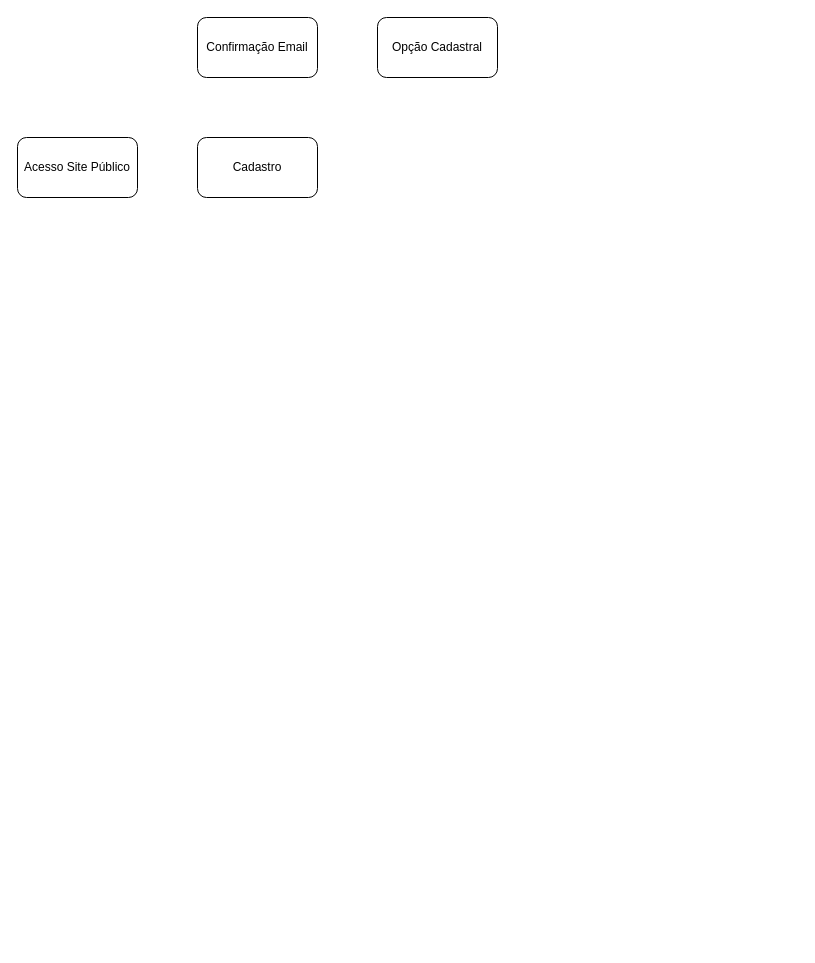
The draw.io diagram FluxoGramaSmarket.drawio in gabrielbuzzi112/smarket_mvc, before the edit. Source tidied: cells renumbered, new cells numbered last; positions are measured from the earlier drawing's top-left corner, leaving out a move shared by most shapes. Both pictures are drawn from the tidied source at 100%, with x=0, y=0 at pixel (17, 17).
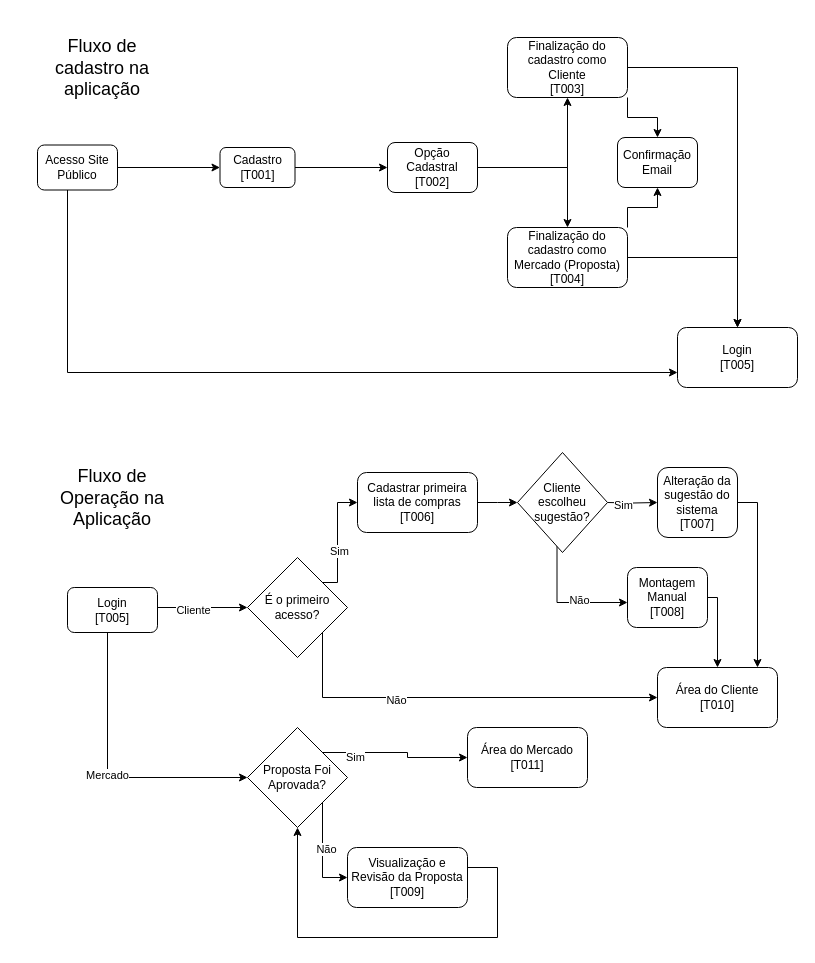
After the change.

The edit, as a diff of the source:
```diff
@@
+    <mxCell id="6" style="edgeStyle=orthogonalEdgeStyle;rounded=0;jettySize=auto;html=1;" parent="1" edge="1" source="2" target="3">
+      <mxGeometry relative="1" as="geometry" />
+    </mxCell>
+    <mxCell id="7" style="edgeStyle=orthogonalEdgeStyle;rounded=0;jettySize=auto;html=1;entryX=0;entryY=0.75;entryDx=0;entryDy=0;" parent="1" edge="1" source="2" target="17">
+      <mxGeometry relative="1" as="geometry">
+        <Array as="points">
+          <mxPoint x="50" y="355" />
+        </Array>
+      </mxGeometry>
+    </mxCell>
     <mxCell id="2" value="Acesso Site Público" style="rounded=1;whiteSpace=wrap;html=1;" parent="1" vertex="1">
-      <mxGeometry y="120" width="120" height="60" as="geometry" />
+      <mxGeometry x="20" y="127.5" width="80" height="45" as="geometry" />
     </mxCell>
+    <mxCell id="8" style="edgeStyle=orthogonalEdgeStyle;rounded=0;jettySize=auto;html=1;exitX=1;exitY=0.5;exitDx=0;exitDy=0;entryX=0;entryY=0.5;entryDx=0;entryDy=0;" parent="1" edge="1" source="3" target="5">
+      <mxGeometry relative="1" as="geometry" />
+    </mxCell>
-    <mxCell id="3" value="Cadastro" style="rounded=1;whiteSpace=wrap;html=1;" parent="1" vertex="1">
-      <mxGeometry x="180" y="120" width="120" height="60" as="geometry" />
+    <mxCell id="3" value="Cadastro&lt;br&gt;[T001]" style="rounded=1;whiteSpace=wrap;html=1;" parent="1" vertex="1">
+      <mxGeometry x="202.5" y="130" width="75" height="40" as="geometry" />
     </mxCell>
     <mxCell id="4" value="Confirmação Email" style="rounded=1;whiteSpace=wrap;html=1;" parent="1" vertex="1">
-      <mxGeometry x="180" width="120" height="60" as="geometry" />
+      <mxGeometry x="600" y="120" width="80" height="50" as="geometry" />
     </mxCell>
+    <mxCell id="9" style="edgeStyle=orthogonalEdgeStyle;rounded=0;jettySize=auto;html=1;exitX=1;exitY=0.5;exitDx=0;exitDy=0;entryX=0.5;entryY=1;entryDx=0;entryDy=0;" parent="1" edge="1" source="5" target="13">
+      <mxGeometry relative="1" as="geometry" />
+    </mxCell>
+    <mxCell id="10" style="edgeStyle=orthogonalEdgeStyle;rounded=0;jettySize=auto;html=1;entryX=0.5;entryY=0;entryDx=0;entryDy=0;" parent="1" edge="1" source="5" target="16">
+      <mxGeometry relative="1" as="geometry" />
+    </mxCell>
-    <mxCell id="5" value="Opção Cadastral" style="rounded=1;whiteSpace=wrap;html=1;" parent="1" vertex="1">
-      <mxGeometry x="360" width="120" height="60" as="geometry" />
+    <mxCell id="5" value="Opção Cadastral&lt;br&gt;[T002]" style="rounded=1;whiteSpace=wrap;html=1;" parent="1" vertex="1">
+      <mxGeometry x="370" y="125" width="90" height="50" as="geometry" />
     </mxCell>
+    <mxCell id="11" style="edgeStyle=orthogonalEdgeStyle;rounded=0;jettySize=auto;html=1;entryX=0.5;entryY=0;entryDx=0;entryDy=0;" parent="1" edge="1" source="13" target="17">
+      <mxGeometry relative="1" as="geometry" />
+    </mxCell>
+    <mxCell id="12" style="edgeStyle=orthogonalEdgeStyle;rounded=0;jettySize=auto;html=1;exitX=1;exitY=1;exitDx=0;exitDy=0;entryX=0.5;entryY=0;entryDx=0;entryDy=0;" parent="1" edge="1" source="13" target="4">
+      <mxGeometry relative="1" as="geometry" />
+    </mxCell>
+    <mxCell id="13" value="Finalização do cadastro como Cliente&lt;br&gt;[T003]" style="rounded=1;whiteSpace=wrap;html=1;" parent="1" vertex="1">
+      <mxGeometry x="490" y="20" width="120" height="60" as="geometry" />
+    </mxCell>
+    <mxCell id="14" style="edgeStyle=orthogonalEdgeStyle;rounded=0;jettySize=auto;html=1;" parent="1" edge="1" source="16" target="17">
+      <mxGeometry relative="1" as="geometry" />
+    </mxCell>
+    <mxCell id="15" style="edgeStyle=orthogonalEdgeStyle;rounded=0;jettySize=auto;html=1;exitX=1;exitY=0;exitDx=0;exitDy=0;entryX=0.5;entryY=1;entryDx=0;entryDy=0;" parent="1" edge="1" source="16" target="4">
+      <mxGeometry relative="1" as="geometry" />
+    </mxCell>
+    <mxCell id="16" value="Finalização do cadastro como Mercado (Proposta)&lt;br&gt;[T004]" style="rounded=1;whiteSpace=wrap;html=1;" parent="1" vertex="1">
+      <mxGeometry x="490" y="210" width="120" height="60" as="geometry" />
+    </mxCell>
+    <mxCell id="17" value="Login&lt;br&gt;[T005]" style="rounded=1;whiteSpace=wrap;html=1;" parent="1" vertex="1">
+      <mxGeometry x="660" y="310" width="120" height="60" as="geometry" />
+    </mxCell>
+    <mxCell id="18" style="edgeStyle=orthogonalEdgeStyle;rounded=0;jettySize=auto;html=1;entryX=0;entryY=0.5;entryDx=0;entryDy=0;" parent="1" edge="1" source="21" target="26">
+      <mxGeometry relative="1" as="geometry">
+        <Array as="points">
+          <mxPoint x="100" y="590" />
+        </Array>
+      </mxGeometry>
+    </mxCell>
+    <mxCell id="19" value="Cliente" style="edgeLabel;html=1;align=center;verticalAlign=middle;" parent="18" vertex="1">
+      <mxGeometry x="-0.23" y="-2" relative="1" as="geometry" />
+    </mxCell>
+    <mxCell id="20" value="Mercado" style="edgeStyle=orthogonalEdgeStyle;rounded=0;jettySize=auto;html=1;entryX=0;entryY=0.5;entryDx=0;entryDy=0;" parent="1" edge="1" source="21" target="31">
+      <mxGeometry relative="1" as="geometry">
+        <Array as="points">
+          <mxPoint x="90" y="760" />
+        </Array>
+      </mxGeometry>
+    </mxCell>
+    <mxCell id="21" value="Login&lt;br&gt;[T005]" style="rounded=1;whiteSpace=wrap;html=1;" parent="1" vertex="1">
+      <mxGeometry x="50" y="570" width="90" height="45" as="geometry" />
+    </mxCell>
+    <mxCell id="22" style="edgeStyle=orthogonalEdgeStyle;rounded=0;jettySize=auto;html=1;exitX=1;exitY=1;exitDx=0;exitDy=0;" parent="1" edge="1" source="26" target="34">
+      <mxGeometry relative="1" as="geometry">
+        <Array as="points">
+          <mxPoint x="305" y="680" />
+        </Array>
+      </mxGeometry>
+    </mxCell>
+    <mxCell id="23" value="Não" style="edgeLabel;html=1;align=center;verticalAlign=middle;" parent="22" vertex="1">
+      <mxGeometry x="-0.31" y="-2" relative="1" as="geometry" />
+    </mxCell>
+    <mxCell id="24" style="edgeStyle=orthogonalEdgeStyle;rounded=0;jettySize=auto;html=1;exitX=1;exitY=0;exitDx=0;exitDy=0;entryX=0;entryY=0.5;entryDx=0;entryDy=0;" parent="1" edge="1" source="26" target="33">
+      <mxGeometry relative="1" as="geometry">
+        <Array as="points">
+          <mxPoint x="320" y="565" />
+          <mxPoint x="320" y="485" />
+        </Array>
+      </mxGeometry>
+    </mxCell>
+    <mxCell id="25" value="Sim" style="edgeLabel;html=1;align=center;verticalAlign=middle;" parent="24" vertex="1">
+      <mxGeometry x="-0.18" y="-1" relative="1" as="geometry" />
+    </mxCell>
+    <mxCell id="26" value="É o primeiro acesso?" style="rhombus;whiteSpace=wrap;html=1;" parent="1" vertex="1">
+      <mxGeometry x="230" y="540" width="100" height="100" as="geometry" />
+    </mxCell>
+    <mxCell id="27" style="edgeStyle=orthogonalEdgeStyle;rounded=0;jettySize=auto;html=1;exitX=1;exitY=0;exitDx=0;exitDy=0;" parent="1" edge="1" source="31" target="41">
+      <mxGeometry relative="1" as="geometry" />
+    </mxCell>
+    <mxCell id="28" value="Sim" style="edgeLabel;html=1;align=center;verticalAlign=middle;" parent="27" vertex="1">
+      <mxGeometry x="-0.63" y="-4" relative="1" as="geometry">
+        <mxPoint x="4" as="offset" />
+      </mxGeometry>
+    </mxCell>
+    <mxCell id="29" style="edgeStyle=orthogonalEdgeStyle;rounded=0;jettySize=auto;html=1;exitX=1;exitY=1;exitDx=0;exitDy=0;" parent="1" edge="1" source="31" target="39">
+      <mxGeometry relative="1" as="geometry">
+        <Array as="points">
+          <mxPoint x="305" y="860" />
+        </Array>
+      </mxGeometry>
+    </mxCell>
+    <mxCell id="30" value="Não" style="edgeLabel;html=1;align=center;verticalAlign=middle;" parent="29" vertex="1">
+      <mxGeometry x="0.21" y="3" relative="1" as="geometry">
+        <mxPoint y="-15" as="offset" />
+      </mxGeometry>
+    </mxCell>
+    <mxCell id="31" value="Proposta Foi Aprovada?" style="rhombus;whiteSpace=wrap;html=1;" parent="1" vertex="1">
+      <mxGeometry x="230" y="710" width="100" height="100" as="geometry" />
+    </mxCell>
+    <mxCell id="32" style="edgeStyle=orthogonalEdgeStyle;rounded=0;jettySize=auto;html=1;" parent="1" edge="1" source="33">
+      <mxGeometry relative="1" as="geometry">
+        <mxPoint x="500" y="485" as="targetPoint" />
+      </mxGeometry>
+    </mxCell>
+    <mxCell id="33" value="Cadastrar primeira lista de compras&lt;br&gt;[T006]" style="rounded=1;whiteSpace=wrap;html=1;" parent="1" vertex="1">
+      <mxGeometry x="340" y="455" width="120" height="60" as="geometry" />
+    </mxCell>
+    <mxCell id="34" value="Área do Cliente&lt;br&gt;[T010]" style="rounded=1;whiteSpace=wrap;html=1;" parent="1" vertex="1">
+      <mxGeometry x="640" y="650" width="120" height="60" as="geometry" />
+    </mxCell>
+    <mxCell id="35" style="edgeStyle=orthogonalEdgeStyle;rounded=0;jettySize=auto;html=1;exitX=1;exitY=0.5;exitDx=0;exitDy=0;" parent="1" edge="1" source="36" target="34">
+      <mxGeometry relative="1" as="geometry">
+        <Array as="points">
+          <mxPoint x="740" y="485" />
+        </Array>
+      </mxGeometry>
+    </mxCell>
+    <mxCell id="36" value="Alteração da sugestão do sistema&lt;br&gt;[T007]" style="rounded=1;whiteSpace=wrap;html=1;" parent="1" vertex="1">
+      <mxGeometry x="640" y="450" width="80" height="70" as="geometry" />
+    </mxCell>
+    <mxCell id="37" style="edgeStyle=orthogonalEdgeStyle;rounded=0;jettySize=auto;html=1;" parent="1" edge="1" source="38" target="34">
+      <mxGeometry relative="1" as="geometry">
+        <Array as="points">
+          <mxPoint x="700" y="580" />
+        </Array>
+      </mxGeometry>
+    </mxCell>
+    <mxCell id="38" value="Montagem Manual&lt;br&gt;[T008]" style="rounded=1;whiteSpace=wrap;html=1;" parent="1" vertex="1">
+      <mxGeometry x="610" y="550" width="80" height="60" as="geometry" />
+    </mxCell>
+    <mxCell id="39" value="Visualização e Revisão da Proposta&lt;br&gt;[T009]" style="rounded=1;whiteSpace=wrap;html=1;" parent="1" vertex="1">
+      <mxGeometry x="330" y="830" width="120" height="60" as="geometry" />
+    </mxCell>
+    <mxCell id="40" style="edgeStyle=orthogonalEdgeStyle;rounded=0;jettySize=auto;html=1;entryX=0.5;entryY=1;entryDx=0;entryDy=0;" parent="1" edge="1" source="39" target="31">
+      <mxGeometry relative="1" as="geometry">
+        <Array as="points">
+          <mxPoint x="480" y="850" />
+          <mxPoint x="480" y="920" />
+          <mxPoint x="280" y="920" />
+        </Array>
+      </mxGeometry>
+    </mxCell>
+    <mxCell id="41" value="Área do Mercado&lt;br&gt;[T011]" style="rounded=1;whiteSpace=wrap;html=1;" parent="1" vertex="1">
+      <mxGeometry x="450" y="710" width="120" height="60" as="geometry" />
+    </mxCell>
+    <mxCell id="42" style="edgeStyle=orthogonalEdgeStyle;rounded=0;jettySize=auto;html=1;exitX=1;exitY=0.5;exitDx=0;exitDy=0;" parent="1" edge="1" target="36">
+      <mxGeometry relative="1" as="geometry">
+        <mxPoint x="590" y="485" as="sourcePoint" />
+      </mxGeometry>
+    </mxCell>
+    <mxCell id="43" value="Sim" style="edgeLabel;html=1;align=center;verticalAlign=middle;" parent="42" vertex="1">
+      <mxGeometry x="-0.36" y="-2" relative="1" as="geometry" />
+    </mxCell>
+    <mxCell id="44" style="edgeStyle=orthogonalEdgeStyle;rounded=0;jettySize=auto;html=1;exitX=0.439;exitY=0.928;exitDx=0;exitDy=0;exitPerimeter=0;" parent="1" edge="1" target="38">
+      <mxGeometry relative="1" as="geometry">
+        <mxPoint x="539.5" y="527.8" as="sourcePoint" />
+        <Array as="points">
+          <mxPoint x="540" y="585" />
+        </Array>
+      </mxGeometry>
+    </mxCell>
+    <mxCell id="45" value="Não" style="edgeLabel;html=1;align=center;verticalAlign=middle;" parent="44" vertex="1">
+      <mxGeometry x="0.24" y="3" relative="1" as="geometry" />
+    </mxCell>
+    <mxCell id="46" value="Cliente escolheu sugestão?" style="rhombus;whiteSpace=wrap;html=1;" parent="1" vertex="1">
+      <mxGeometry x="500" y="435" width="90" height="100" as="geometry" />
+    </mxCell>
+    <mxCell id="47" value="&lt;span style=&quot;font-size: 18px;&quot;&gt;Fluxo de cadastro na aplicação&lt;/span&gt;" style="text;strokeColor=none;align=center;fillColor=none;html=1;verticalAlign=middle;whiteSpace=wrap;rounded=0;" parent="1" vertex="1">
+      <mxGeometry x="20" y="50" width="130" as="geometry" />
+    </mxCell>
+    <mxCell id="48" value="&lt;span style=&quot;font-size: 18px;&quot;&gt;Fluxo de Operação na Aplicação&lt;/span&gt;" style="text;strokeColor=none;align=center;fillColor=none;html=1;verticalAlign=middle;whiteSpace=wrap;rounded=0;" parent="1" vertex="1">
+      <mxGeometry x="30" y="480" width="130" as="geometry" />
+    </mxCell>
```
